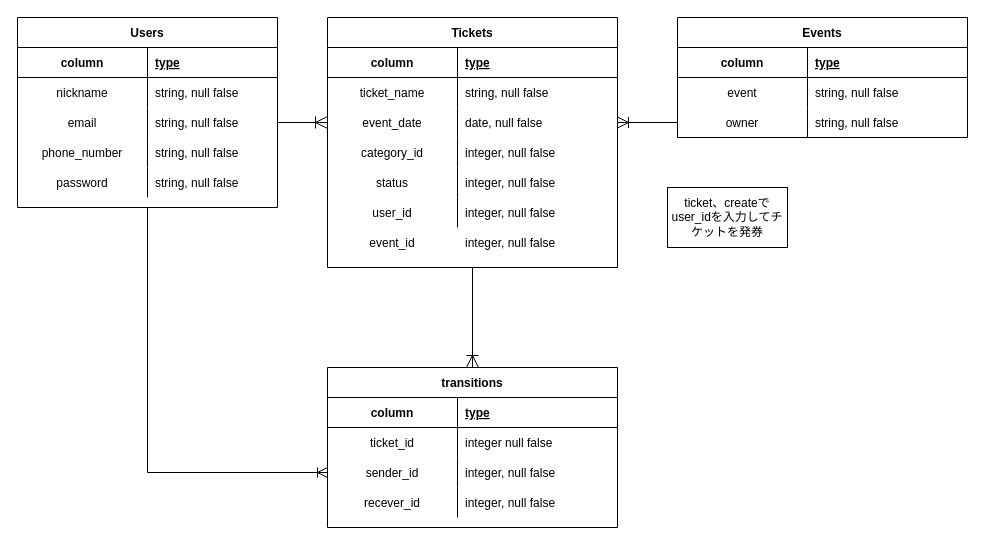
yuyakawai0411/auth-ticket-transfer keeps this draw.io diagram as ticket_transfer_app.dio. Above is the earlier version. Source tidied: cells renumbered, new cells numbered last; positions are measured from the earlier drawing's top-left corner, leaving out a move shared by most shapes. Both pictures are drawn from the tidied source at 100%, with x=0, y=0 at pixel (17, 17).
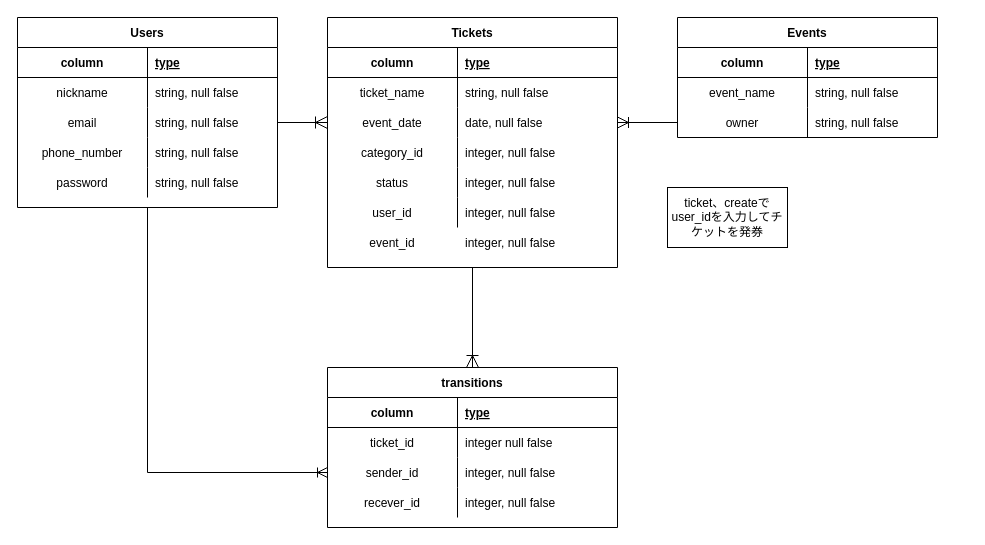
The same page after the edit.

What changed in the source:
```diff
@@
     <mxCell id="53" value="Events" style="shape=table;startSize=30;childLayout=tableLayout;rowLines=0;fontStyle=1;align=center;" parent="1" vertex="1">
-      <mxGeometry x="660" width="290" height="120" as="geometry" />
+      <mxGeometry x="660" width="260" height="120" as="geometry" />
     </mxCell>
     <mxCell id="54" style="shape=partialRectangle;fillColor=none;top=0;left=0;bottom=1;right=0;" parent="53" vertex="1">
-      <mxGeometry y="30" width="290" height="30" as="geometry" />
+      <mxGeometry y="30" width="260" height="30" as="geometry" />
     </mxCell>
@@
     <mxCell id="56" value="type" style="shape=partialRectangle;fillColor=none;top=0;left=0;bottom=0;right=0;align=left;spacingLeft=6;fontStyle=5;overflow=hidden;" parent="54" vertex="1">
-      <mxGeometry x="130" width="160" height="30" as="geometry" />
+      <mxGeometry x="130" width="130" height="30" as="geometry" />
     </mxCell>
     <mxCell id="57" style="shape=partialRectangle;fillColor=none;top=0;left=0;bottom=0;right=0;" parent="53" vertex="1">
-      <mxGeometry y="60" width="290" height="30" as="geometry" />
+      <mxGeometry y="60" width="260" height="30" as="geometry" />
     </mxCell>
-    <mxCell id="58" value="event" style="shape=partialRectangle;fillColor=none;top=0;left=0;bottom=0;right=0;overflow=hidden;" parent="57" vertex="1">
+    <mxCell id="58" value="event_name" style="shape=partialRectangle;fillColor=none;top=0;left=0;bottom=0;right=0;overflow=hidden;" parent="57" vertex="1">
       <mxGeometry width="130" height="30" as="geometry" />
     </mxCell>
     <mxCell id="59" value="string, null false" style="shape=partialRectangle;fillColor=none;top=0;left=0;bottom=0;right=0;align=left;spacingLeft=6;overflow=hidden;" parent="57" vertex="1">
-      <mxGeometry x="130" width="160" height="30" as="geometry" />
+      <mxGeometry x="130" width="130" height="30" as="geometry" />
     </mxCell>
     <mxCell id="60" style="shape=partialRectangle;fillColor=none;top=0;left=0;bottom=0;right=0;points=[[0,0.5],[1,0.5]];portConstraint=eastwest;" parent="53" vertex="1">
-      <mxGeometry y="90" width="290" height="30" as="geometry" />
+      <mxGeometry y="90" width="260" height="30" as="geometry" />
     </mxCell>
@@
     <mxCell id="62" value="string, null false" style="shape=partialRectangle;fillColor=none;top=0;left=0;bottom=0;right=0;align=left;spacingLeft=6;overflow=hidden;" parent="60" vertex="1">
-      <mxGeometry x="130" width="160" height="30" as="geometry" />
+      <mxGeometry x="130" width="130" height="30" as="geometry" />
     </mxCell>
```
